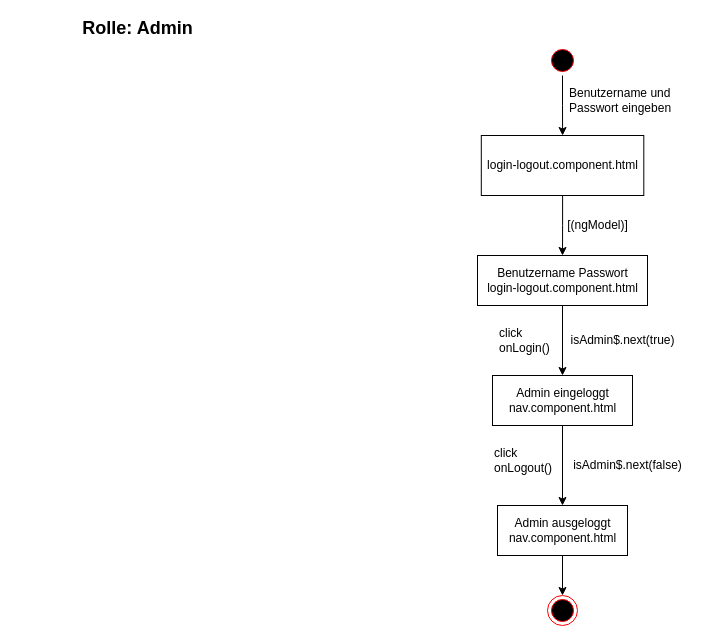
flogoe/ss21_swe_grp5_abgabe2 keeps this draw.io diagram as docs/zustandsdiagramme/zustandsdiagramm-login-logout.drawio. Above is the earlier version. Source tidied: cells renumbered, new cells numbered last; positions are measured from the earlier drawing's top-left corner, leaving out a move shared by most shapes. Both pictures are drawn from the tidied source at 100%, with x=0, y=0 at pixel (72, 18).
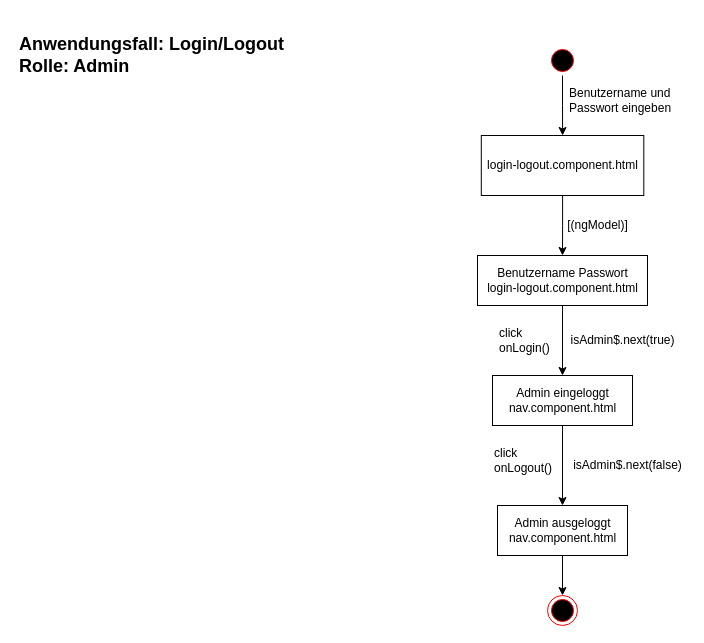
The same page after the edit.

What changed in the source:
```diff
@@
 <mxGraphModel>
   <root>
     <mxCell id="0" />
     <mxCell id="1" parent="0" />
     <mxCell id="2" style="edgeStyle=orthogonalEdgeStyle;rounded=0;jettySize=auto;html=1;" parent="1" edge="1" source="3" target="5">
       <mxGeometry relative="1" as="geometry" />
     </mxCell>
     <mxCell id="3" style="ellipse;html=1;shape=startState;fillColor=#000000;strokeColor=#ff0000;" parent="1" vertex="1">
       <mxGeometry x="475" y="27" width="30" height="30" as="geometry" />
     </mxCell>
     <mxCell id="4" style="edgeStyle=orthogonalEdgeStyle;rounded=0;jettySize=auto;html=1;entryX=0.5;entryY=0;entryDx=0;entryDy=0;" parent="1" edge="1" source="5" target="8">
       <mxGeometry relative="1" as="geometry" />
     </mxCell>
     <mxCell id="5" value="login-logout.component.html" style="rounded=0;whiteSpace=wrap;html=1;" parent="1" vertex="1">
       <mxGeometry x="408.8" y="117" width="162.5" height="60" as="geometry" />
     </mxCell>
     <mxCell id="6" value="Benutzername und &lt;br&gt;Passwort eingeben" style="text;html=1;align=left;verticalAlign=middle;strokeColor=none;" parent="1" vertex="1">
       <mxGeometry x="495" y="67" width="120" height="30" as="geometry" />
     </mxCell>
     <mxCell id="7" style="edgeStyle=orthogonalEdgeStyle;rounded=0;jettySize=auto;html=1;entryX=0.5;entryY=0;entryDx=0;entryDy=0;" parent="1" edge="1" source="8" target="11">
       <mxGeometry relative="1" as="geometry" />
     </mxCell>
     <mxCell id="8" value="Benutzername Passwort&lt;br&gt;login-logout.component.html" style="html=1;" parent="1" vertex="1">
       <mxGeometry x="405" y="237" width="170" height="50" as="geometry" />
     </mxCell>
     <mxCell id="9" value="[(ngModel)]" style="text;html=1;align=center;verticalAlign=middle;strokeColor=none;" parent="1" vertex="1">
       <mxGeometry x="485" y="197" width="80" height="20" as="geometry" />
     </mxCell>
     <mxCell id="10" style="edgeStyle=orthogonalEdgeStyle;rounded=0;jettySize=auto;html=1;" parent="1" edge="1" source="11" target="16">
       <mxGeometry relative="1" as="geometry" />
     </mxCell>
     <mxCell id="11" value="Admin eingeloggt&lt;br&gt;nav.component.html" style="html=1;" parent="1" vertex="1">
       <mxGeometry x="420" y="357" width="140" height="50" as="geometry" />
     </mxCell>
     <mxCell id="12" value="click&lt;br&gt;onLogin()" style="text;html=1;align=left;verticalAlign=middle;strokeColor=none;" parent="1" vertex="1">
       <mxGeometry x="425" y="307" width="70" height="30" as="geometry" />
     </mxCell>
     <mxCell id="13" style="ellipse;html=1;shape=endState;fillColor=#000000;strokeColor=#ff0000;" parent="1" vertex="1">
       <mxGeometry x="475" y="577" width="30" height="30" as="geometry" />
     </mxCell>
-    <mxCell id="14" value="&lt;font style=&quot;font-size: 18px&quot;&gt;&lt;b&gt;Rolle: Admin&lt;/b&gt;&lt;/font&gt;" style="text;html=1;align=center;verticalAlign=middle;strokeColor=none;" parent="1" vertex="1">
-      <mxGeometry width="130" height="20" as="geometry" />
-    </mxCell>
     <mxCell id="15" style="edgeStyle=orthogonalEdgeStyle;rounded=0;jettySize=auto;html=1;" parent="1" edge="1" source="16" target="13">
       <mxGeometry relative="1" as="geometry" />
     </mxCell>
     <mxCell id="16" value="Admin ausgeloggt&lt;br&gt;nav.component.html" style="html=1;" parent="1" vertex="1">
       <mxGeometry x="425" y="487" width="130" height="50" as="geometry" />
     </mxCell>
     <mxCell id="17" value="isAdmin$.next(true)" style="text;html=1;align=center;verticalAlign=middle;strokeColor=none;" parent="1" vertex="1">
       <mxGeometry x="490" y="312" width="120" height="20" as="geometry" />
     </mxCell>
     <mxCell id="18" value="click&lt;br&gt;&lt;div&gt;&lt;span&gt;onLogout()&lt;/span&gt;&lt;/div&gt;" style="text;html=1;align=left;verticalAlign=middle;strokeColor=none;" parent="1" vertex="1">
       <mxGeometry x="420" y="427" width="70" height="30" as="geometry" />
     </mxCell>
     <mxCell id="19" value="isAdmin$.next(false)" style="text;html=1;align=center;verticalAlign=middle;strokeColor=none;" parent="1" vertex="1">
       <mxGeometry x="495" y="437" width="120" height="20" as="geometry" />
     </mxCell>
+    <mxCell id="20" value="&lt;div&gt;&lt;b style=&quot;font-size: 18px&quot;&gt;Anwendungsfall: Login/Logout&lt;/b&gt;&lt;/div&gt;&lt;font style=&quot;font-size: 18px&quot;&gt;&lt;b&gt;Rolle: Admin&lt;/b&gt;&lt;/font&gt;" style="text;html=1;align=left;verticalAlign=middle;strokeColor=none;" parent="1" vertex="1">
+      <mxGeometry x="-55" y="17" width="280" height="40" as="geometry" />
+    </mxCell>
   </root>
 </mxGraphModel>
```
